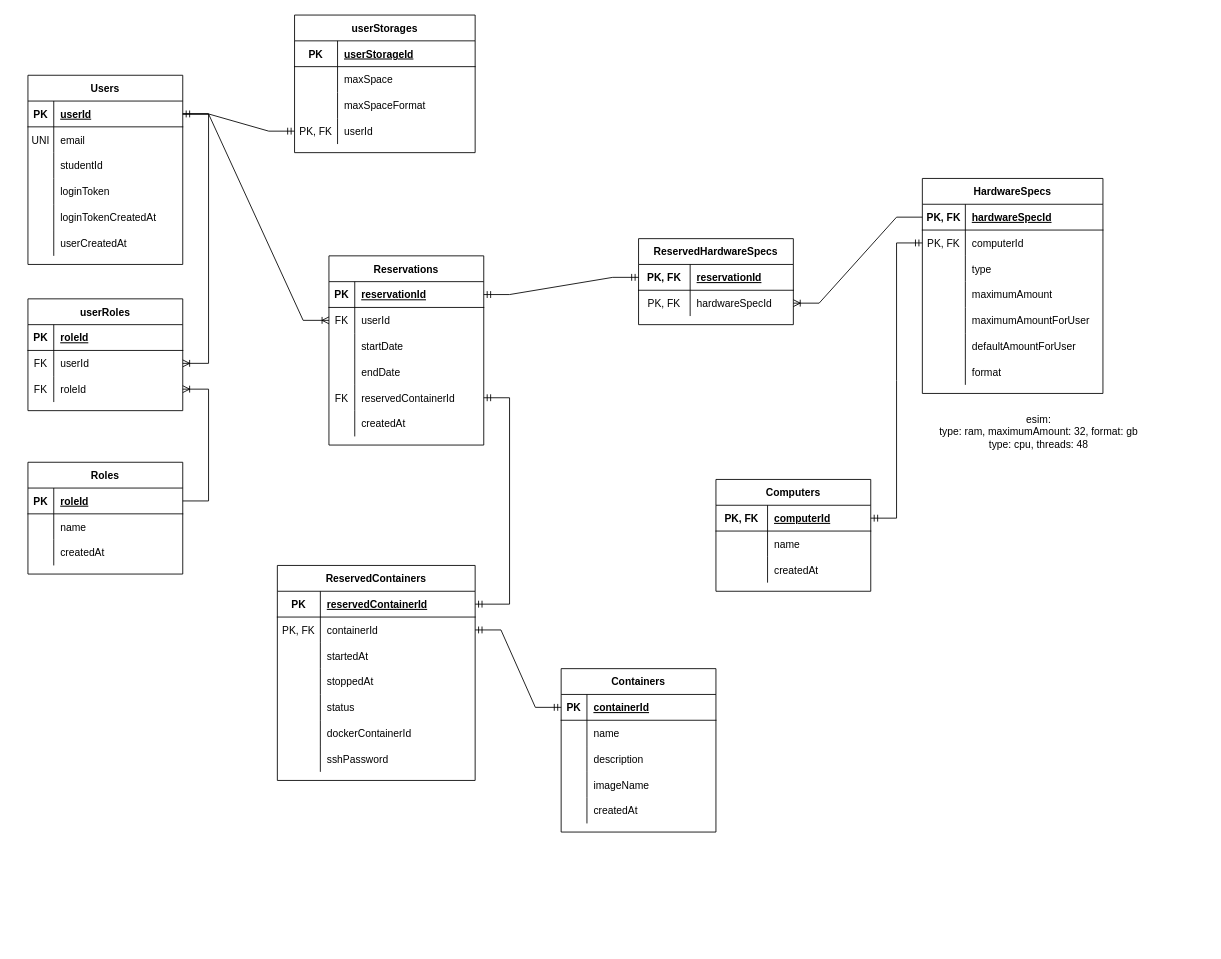
Before: documentation/database.drawio in kulttuuri/containers-on-the-fly, a draw.io diagram. Source tidied: cells renumbered, new cells numbered last; positions are measured from the earlier drawing's top-left corner, leaving out a move shared by most shapes. Both pictures are drawn from the tidied source at 86%, with x=0, y=0 at pixel (28, 15).
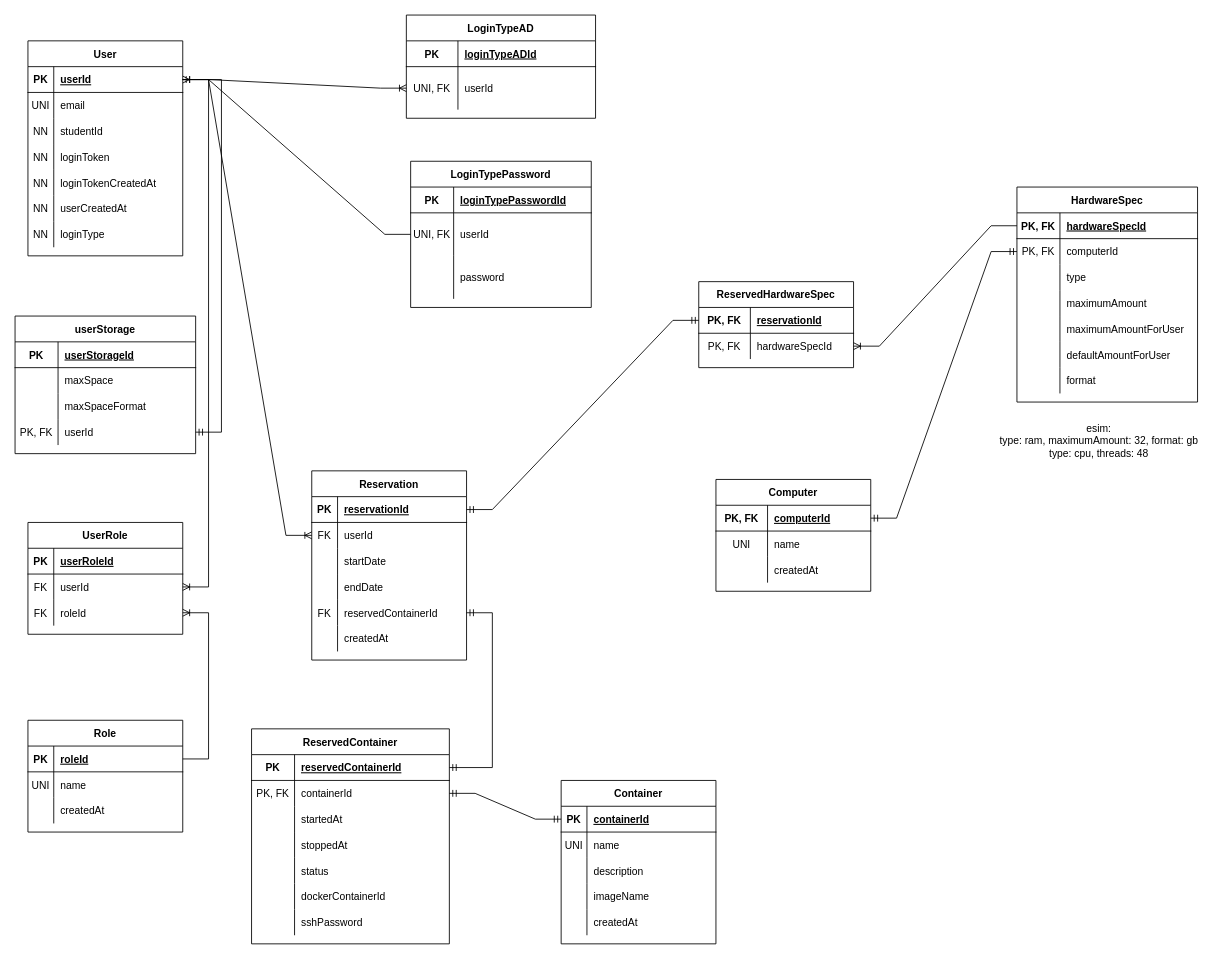
Above is the later version.

Commit message (it also covers changes not shown here):
- Update database reference images.

The change refers to these unchanged cells:
```xml
<mxCell id="3" style="shape=tableRow;horizontal=0;startSize=0;swimlaneHead=0;swimlaneBody=0;fillColor=none;points=[[0,0.5],[1,0.5]];portConstraint=eastwest;top=0;left=0;right=0;bottom=1;" parent="2" vertex="1">
  <mxGeometry y="30" width="180" height="30" as="geometry" />
</mxCell>
<mxCell id="9" style="shape=tableRow;horizontal=0;startSize=0;swimlaneHead=0;swimlaneBody=0;fillColor=none;top=0;left=0;right=0;bottom=0;" parent="2" vertex="1">
  <mxGeometry y="90" width="180" height="30" as="geometry" />
</mxCell>
<mxCell id="12" style="shape=tableRow;horizontal=0;startSize=0;swimlaneHead=0;swimlaneBody=0;fillColor=none;top=0;left=0;right=0;bottom=0;" parent="2" vertex="1">
  <mxGeometry y="120" width="180" height="30" as="geometry" />
</mxCell>
<mxCell id="15" style="shape=tableRow;horizontal=0;startSize=0;swimlaneHead=0;swimlaneBody=0;fillColor=none;top=0;left=0;right=0;bottom=0;" parent="2" vertex="1">
  <mxGeometry y="150" width="180" height="30" as="geometry" />
</mxCell>
<mxCell id="18" style="shape=tableRow;horizontal=0;startSize=0;swimlaneHead=0;swimlaneBody=0;fillColor=none;top=0;left=0;right=0;bottom=0;" parent="2" vertex="1">
  <mxGeometry y="180" width="180" height="30" as="geometry" />
</mxCell>
<mxCell id="25" style="shape=tableRow;horizontal=0;startSize=0;swimlaneHead=0;swimlaneBody=0;fillColor=none;top=0;left=0;right=0;bottom=0;" parent="21" vertex="1">
  <mxGeometry y="60" width="180" height="30" as="geometry" />
</mxCell>
<mxCell id="32" style="shape=tableRow;horizontal=0;startSize=0;swimlaneHead=0;swimlaneBody=0;fillColor=none;top=0;left=0;right=0;bottom=1;" parent="31" vertex="1">
  <mxGeometry y="30" width="180" height="30" as="geometry" />
</mxCell>
<mxCell id="121" style="shape=tableRow;horizontal=0;startSize=0;swimlaneHead=0;swimlaneBody=0;fillColor=none;top=0;left=0;right=0;bottom=0;" parent="117" vertex="1">
  <mxGeometry y="60" width="180" height="30" as="geometry" />
</mxCell>
<mxCell id="132" style="shape=tableRow;horizontal=0;startSize=0;swimlaneHead=0;swimlaneBody=0;fillColor=none;top=0;left=0;right=0;bottom=0;" parent="128" vertex="1">
  <mxGeometry y="60" width="180" height="30" as="geometry" />
</mxCell>
```

The edit, as a diff of the source:
```diff
@@
-    <mxCell id="2" value="Users" style="shape=table;startSize=30;childLayout=tableLayout;rowLines=0;fontStyle=1;align=center;" parent="1" vertex="1">
-      <mxGeometry y="70" width="180" height="220" as="geometry" />
+    <mxCell id="2" value="User" style="shape=table;startSize=30;childLayout=tableLayout;rowLines=0;fontStyle=1;align=center;" parent="1" vertex="1">
+      <mxGeometry y="30" width="180" height="250" as="geometry" />
     </mxCell>
@@
-    <mxCell id="10" style="shape=partialRectangle;fillColor=none;top=0;left=0;bottom=0;right=0;overflow=hidden;" parent="9" vertex="1">
+    <mxCell id="10" value="NN" style="shape=partialRectangle;fillColor=none;top=0;left=0;bottom=0;right=0;overflow=hidden;" parent="9" vertex="1">
       <mxGeometry width="30" height="30" as="geometry" />
     </mxCell>
@@
-    <mxCell id="13" style="shape=partialRectangle;fillColor=none;top=0;left=0;bottom=0;right=0;overflow=hidden;" parent="12" vertex="1">
+    <mxCell id="13" value="NN" style="shape=partialRectangle;fillColor=none;top=0;left=0;bottom=0;right=0;overflow=hidden;" parent="12" vertex="1">
       <mxGeometry width="30" height="30" as="geometry" />
     </mxCell>
@@
-    <mxCell id="16" style="shape=partialRectangle;fillColor=none;top=0;left=0;bottom=0;right=0;overflow=hidden;" parent="15" vertex="1">
+    <mxCell id="16" value="NN" style="shape=partialRectangle;fillColor=none;top=0;left=0;bottom=0;right=0;overflow=hidden;" parent="15" vertex="1">
       <mxGeometry width="30" height="30" as="geometry" />
     </mxCell>
@@
-    <mxCell id="19" style="shape=partialRectangle;fillColor=none;top=0;left=0;bottom=0;right=0;overflow=hidden;" parent="18" vertex="1">
+    <mxCell id="19" value="NN" style="shape=partialRectangle;fillColor=none;top=0;left=0;bottom=0;right=0;overflow=hidden;" parent="18" vertex="1">
       <mxGeometry width="30" height="30" as="geometry" />
     </mxCell>
@@
+    <mxCell id="160" style="shape=tableRow;horizontal=0;startSize=0;swimlaneHead=0;swimlaneBody=0;fillColor=none;top=0;left=0;right=0;bottom=0;" parent="2" vertex="1">
+      <mxGeometry y="210" width="180" height="30" as="geometry" />
+    </mxCell>
+    <mxCell id="161" value="NN" style="shape=partialRectangle;fillColor=none;top=0;left=0;bottom=0;right=0;overflow=hidden;" parent="160" vertex="1">
+      <mxGeometry width="30" height="30" as="geometry" />
+    </mxCell>
+    <mxCell id="162" value="loginType" style="shape=partialRectangle;fillColor=none;top=0;left=0;bottom=0;right=0;align=left;spacingLeft=6;overflow=hidden;" parent="160" vertex="1">
+      <mxGeometry x="30" width="150" height="30" as="geometry" />
+    </mxCell>
-    <mxCell id="21" value="Roles" style="shape=table;startSize=30;childLayout=tableLayout;rowLines=0;fontStyle=1;align=center;" parent="1" vertex="1">
-      <mxGeometry y="520" width="180" height="130" as="geometry" />
+    <mxCell id="21" value="Role" style="shape=table;startSize=30;childLayout=tableLayout;rowLines=0;fontStyle=1;align=center;" parent="1" vertex="1">
+      <mxGeometry y="820" width="180" height="130" as="geometry" />
     </mxCell>
@@
-    <mxCell id="26" style="shape=partialRectangle;fillColor=none;top=0;left=0;bottom=0;right=0;overflow=hidden;" parent="25" vertex="1">
+    <mxCell id="26" value="UNI" style="shape=partialRectangle;fillColor=none;top=0;left=0;bottom=0;right=0;overflow=hidden;" parent="25" vertex="1">
       <mxGeometry width="30" height="30" as="geometry" />
     </mxCell>
@@
-    <mxCell id="31" value="userRoles" style="shape=table;startSize=30;childLayout=tableLayout;rowLines=0;fontStyle=1;align=center;" parent="1" vertex="1">
-      <mxGeometry y="330" width="180" height="130" as="geometry" />
+    <mxCell id="31" value="UserRole" style="shape=table;startSize=30;childLayout=tableLayout;rowLines=0;fontStyle=1;align=center;" parent="1" vertex="1">
+      <mxGeometry y="590" width="180" height="130" as="geometry" />
     </mxCell>
@@
-    <mxCell id="34" value="roleId" style="shape=partialRectangle;fillColor=none;top=0;left=0;bottom=0;right=0;align=left;spacingLeft=6;fontStyle=5;overflow=hidden;" parent="32" vertex="1">
+    <mxCell id="34" value="userRoleId" style="shape=partialRectangle;fillColor=none;top=0;left=0;bottom=0;right=0;align=left;spacingLeft=6;fontStyle=5;overflow=hidden;" parent="32" vertex="1">
       <mxGeometry x="30" width="150" height="30" as="geometry" />
     </mxCell>
@@
-    <mxCell id="41" value="Reservations" style="shape=table;startSize=30;childLayout=tableLayout;rowLines=0;fontStyle=1;align=center;" parent="1" vertex="1">
-      <mxGeometry x="350" y="280" width="180" height="220" as="geometry" />
+    <mxCell id="41" value="Reservation" style="shape=table;startSize=30;childLayout=tableLayout;rowLines=0;fontStyle=1;align=center;" parent="1" vertex="1">
+      <mxGeometry x="330" y="530" width="180" height="220" as="geometry" />
     </mxCell>
@@
-    <mxCell id="60" value="HardwareSpecs" style="shape=table;startSize=30;childLayout=tableLayout;rowLines=0;fontStyle=1;align=center;" parent="1" vertex="1">
-      <mxGeometry x="1040" y="190" width="210" height="250" as="geometry" />
+    <mxCell id="60" value="HardwareSpec" style="shape=table;startSize=30;childLayout=tableLayout;rowLines=0;fontStyle=1;align=center;" parent="1" vertex="1">
+      <mxGeometry x="1150" y="200" width="210" height="250" as="geometry" />
     </mxCell>
@@
-    <mxCell id="85" value="ReservedHardwareSpecs" style="shape=table;startSize=30;childLayout=tableLayout;rowLines=0;fontStyle=1;align=center;" parent="1" vertex="1">
-      <mxGeometry x="710" y="260" width="180" height="100" as="geometry" />
+    <mxCell id="85" value="ReservedHardwareSpec" style="shape=table;startSize=30;childLayout=tableLayout;rowLines=0;fontStyle=1;align=center;" parent="1" vertex="1">
+      <mxGeometry x="780" y="310" width="180" height="100" as="geometry" />
     </mxCell>
@@
     <mxCell id="92" value="esim:&lt;br&gt;type: ram, maximumAmount: 32, format: gb&lt;br&gt;type: cpu, threads: 48" style="text;html=1;align=center;verticalAlign=middle;strokeColor=none;fillColor=none;" parent="1" vertex="1">
-      <mxGeometry x="1050" y="460" width="250" height="50" as="geometry" />
+      <mxGeometry x="1120" y="470" width="250" height="50" as="geometry" />
     </mxCell>
@@
-    <mxCell id="95" value="ReservedContainers" style="shape=table;startSize=30;childLayout=tableLayout;rowLines=0;fontStyle=1;align=center;" parent="1" vertex="1">
-      <mxGeometry x="290" y="640" width="230" height="250" as="geometry" />
+    <mxCell id="95" value="ReservedContainer" style="shape=table;startSize=30;childLayout=tableLayout;rowLines=0;fontStyle=1;align=center;" parent="1" vertex="1">
+      <mxGeometry x="260" y="830" width="230" height="250" as="geometry" />
     </mxCell>
@@
-    <mxCell id="117" value="Computers" style="shape=table;startSize=30;childLayout=tableLayout;rowLines=0;fontStyle=1;align=center;" parent="1" vertex="1">
+    <mxCell id="117" value="Computer" style="shape=table;startSize=30;childLayout=tableLayout;rowLines=0;fontStyle=1;align=center;" parent="1" vertex="1">
       <mxGeometry x="800" y="540" width="180" height="130" as="geometry" />
     </mxCell>
@@
-    <mxCell id="122" style="shape=partialRectangle;fillColor=none;top=0;left=0;bottom=0;right=0;overflow=hidden;" parent="121" vertex="1">
+    <mxCell id="122" value="UNI" style="shape=partialRectangle;fillColor=none;top=0;left=0;bottom=0;right=0;overflow=hidden;" parent="121" vertex="1">
       <mxGeometry width="60" height="30" as="geometry" />
     </mxCell>
@@
-    <mxCell id="128" value="Containers" style="shape=table;startSize=30;childLayout=tableLayout;rowLines=0;fontStyle=1;align=center;" parent="1" vertex="1">
-      <mxGeometry x="620" y="760" width="180" height="190" as="geometry" />
+    <mxCell id="128" value="Container" style="shape=table;startSize=30;childLayout=tableLayout;rowLines=0;fontStyle=1;align=center;" parent="1" vertex="1">
+      <mxGeometry x="620" y="890" width="180" height="190" as="geometry" />
     </mxCell>
@@
-    <mxCell id="133" style="shape=partialRectangle;fillColor=none;top=0;left=0;bottom=0;right=0;overflow=hidden;" parent="132" vertex="1">
+    <mxCell id="133" value="UNI" style="shape=partialRectangle;fillColor=none;top=0;left=0;bottom=0;right=0;overflow=hidden;" parent="132" vertex="1">
       <mxGeometry width="30" height="30" as="geometry" />
     </mxCell>
@@
-    <mxCell id="146" value="userStorages" style="shape=table;startSize=30;childLayout=tableLayout;rowLines=0;fontStyle=1;align=center;" parent="1" vertex="1">
-      <mxGeometry x="310" width="210" height="160" as="geometry" />
+    <mxCell id="146" value="userStorage" style="shape=table;startSize=30;childLayout=tableLayout;rowLines=0;fontStyle=1;align=center;" parent="1" vertex="1">
+      <mxGeometry x="-15" y="350" width="210" height="160" as="geometry" />
     </mxCell>
@@
+    <mxCell id="163" value="LoginTypePassword" style="shape=table;startSize=30;childLayout=tableLayout;rowLines=0;fontStyle=1;align=center;" parent="1" vertex="1">
+      <mxGeometry x="445" y="170" width="210" height="170" as="geometry" />
+    </mxCell>
+    <mxCell id="164" style="shape=tableRow;horizontal=0;startSize=0;swimlaneHead=0;swimlaneBody=0;fillColor=none;top=0;left=0;right=0;bottom=1;" parent="163" vertex="1">
+      <mxGeometry y="30" width="210" height="30" as="geometry" />
+    </mxCell>
+    <mxCell id="165" value="PK" style="shape=partialRectangle;fillColor=none;top=0;left=0;bottom=0;right=0;fontStyle=1;overflow=hidden;" parent="164" vertex="1">
+      <mxGeometry width="50" height="30" as="geometry" />
+    </mxCell>
+    <mxCell id="166" value="loginTypePasswordId" style="shape=partialRectangle;fillColor=none;top=0;left=0;bottom=0;right=0;align=left;spacingLeft=6;fontStyle=5;overflow=hidden;" parent="164" vertex="1">
+      <mxGeometry x="50" width="160" height="30" as="geometry" />
+    </mxCell>
+    <mxCell id="167" style="shape=tableRow;horizontal=0;startSize=0;swimlaneHead=0;swimlaneBody=0;fillColor=none;points=[[0,0.5],[1,0.5]];portConstraint=eastwest;top=0;left=0;right=0;bottom=0;" parent="163" vertex="1">
+      <mxGeometry y="60" width="210" height="50" as="geometry" />
+    </mxCell>
+    <mxCell id="168" value="UNI, FK" style="shape=partialRectangle;fillColor=none;top=0;left=0;bottom=0;right=0;overflow=hidden;" parent="167" vertex="1">
+      <mxGeometry width="50" height="50" as="geometry" />
+    </mxCell>
+    <mxCell id="169" value="userId" style="shape=partialRectangle;fillColor=none;top=0;left=0;bottom=0;right=0;align=left;spacingLeft=6;overflow=hidden;" parent="167" vertex="1">
+      <mxGeometry x="50" width="160" height="50" as="geometry" />
+    </mxCell>
+    <mxCell id="170" style="shape=tableRow;horizontal=0;startSize=0;swimlaneHead=0;swimlaneBody=0;fillColor=none;top=0;left=0;right=0;bottom=0;" parent="163" vertex="1">
+      <mxGeometry y="110" width="210" height="50" as="geometry" />
+    </mxCell>
+    <mxCell id="171" style="shape=partialRectangle;fillColor=none;top=0;left=0;bottom=0;right=0;overflow=hidden;" parent="170" vertex="1">
+      <mxGeometry width="50" height="50" as="geometry" />
+    </mxCell>
+    <mxCell id="172" value="password" style="shape=partialRectangle;fillColor=none;top=0;left=0;bottom=0;right=0;align=left;spacingLeft=6;overflow=hidden;" parent="170" vertex="1">
+      <mxGeometry x="50" width="160" height="50" as="geometry" />
+    </mxCell>
+    <mxCell id="173" value="LoginTypeAD" style="shape=table;startSize=30;childLayout=tableLayout;rowLines=0;fontStyle=1;align=center;" parent="1" vertex="1">
+      <mxGeometry x="440" width="220" height="120" as="geometry" />
+    </mxCell>
+    <mxCell id="174" style="shape=tableRow;horizontal=0;startSize=0;swimlaneHead=0;swimlaneBody=0;fillColor=none;top=0;left=0;right=0;bottom=1;" parent="173" vertex="1">
+      <mxGeometry y="30" width="220" height="30" as="geometry" />
+    </mxCell>
+    <mxCell id="175" value="PK" style="shape=partialRectangle;fillColor=none;top=0;left=0;bottom=0;right=0;fontStyle=1;overflow=hidden;" parent="174" vertex="1">
+      <mxGeometry width="60" height="30" as="geometry" />
+    </mxCell>
+    <mxCell id="176" value="loginTypeADId" style="shape=partialRectangle;fillColor=none;top=0;left=0;bottom=0;right=0;align=left;spacingLeft=6;fontStyle=5;overflow=hidden;" parent="174" vertex="1">
+      <mxGeometry x="60" width="160" height="30" as="geometry" />
+    </mxCell>
+    <mxCell id="177" style="shape=tableRow;horizontal=0;startSize=0;swimlaneHead=0;swimlaneBody=0;fillColor=none;points=[[0,0.5],[1,0.5]];portConstraint=eastwest;top=0;left=0;right=0;bottom=0;" parent="173" vertex="1">
+      <mxGeometry y="60" width="220" height="50" as="geometry" />
+    </mxCell>
+    <mxCell id="178" value="UNI, FK" style="shape=partialRectangle;fillColor=none;top=0;left=0;bottom=0;right=0;overflow=hidden;" parent="177" vertex="1">
+      <mxGeometry width="60" height="50" as="geometry" />
+    </mxCell>
+    <mxCell id="179" value="userId" style="shape=partialRectangle;fillColor=none;top=0;left=0;bottom=0;right=0;align=left;spacingLeft=6;overflow=hidden;" parent="177" vertex="1">
+      <mxGeometry x="60" width="160" height="50" as="geometry" />
+    </mxCell>
+    <mxCell id="180" style="edgeStyle=entityRelationEdgeStyle;fontSize=12;html=1;endArrow=ERoneToMany;rounded=0;" parent="1" edge="1" source="3" target="177">
+      <mxGeometry relative="1" as="geometry" />
+    </mxCell>
+    <mxCell id="181" style="edgeStyle=entityRelationEdgeStyle;fontSize=12;html=1;endArrow=ERoneToMany;rounded=0;" parent="1" edge="1" source="167" target="3">
+      <mxGeometry relative="1" as="geometry" />
+    </mxCell>
```
